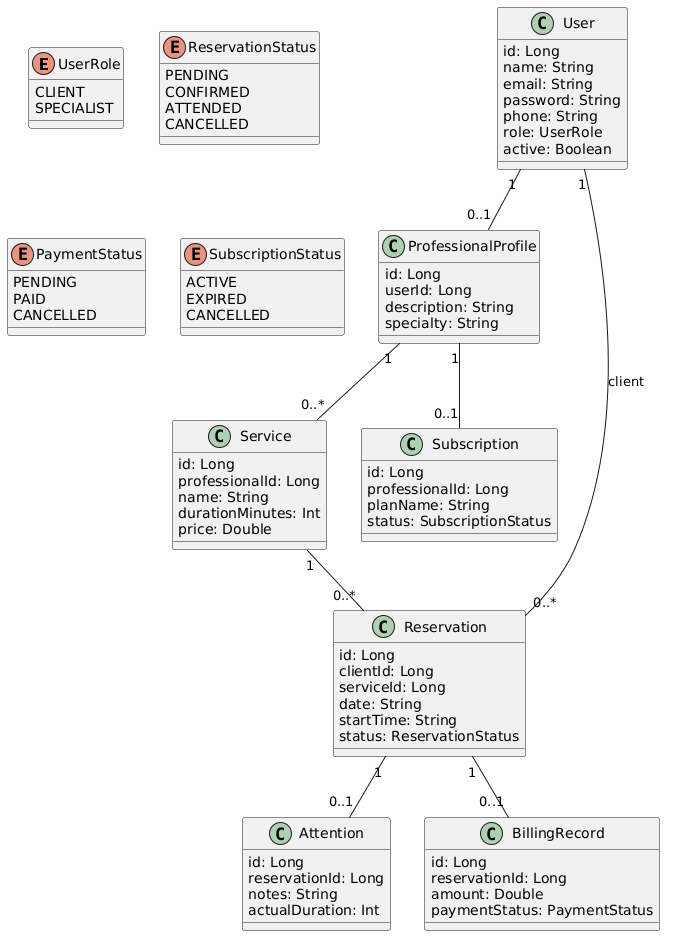
Earlier version of the PlantUML export Documentacion/4+1/VISTA LÓGICA (CLASES + JPA + DOMINIO REAL).png (ismaeljim/PointCheck). The source it was exported from:
```plantuml
@startuml
enum UserRole {
  CLIENT
  SPECIALIST
}

enum ReservationStatus {
  PENDING
  CONFIRMED
  ATTENDED
  CANCELLED
}

enum PaymentStatus {
  PENDING
  PAID
  CANCELLED
}

enum SubscriptionStatus {
  ACTIVE
  EXPIRED
  CANCELLED
}


class User {
  id: Long
  name: String
  email: String
  password: String
  phone: String
  role: UserRole
  active: Boolean
}

class ProfessionalProfile {
  id: Long
  userId: Long
  description: String
  specialty: String
}

class Service {
  id: Long
  professionalId: Long
  name: String
  durationMinutes: Int
  price: Double
}

class Reservation {
  id: Long
  clientId: Long
  serviceId: Long
  date: String
  startTime: String
  status: ReservationStatus
}

class Attention {
  id: Long
  reservationId: Long
  notes: String
  actualDuration: Int
}

class BillingRecord {
  id: Long
  reservationId: Long
  amount: Double
  paymentStatus: PaymentStatus
}

class Subscription {
  id: Long
  professionalId: Long
  planName: String
  status: SubscriptionStatus
}


User "1" -- "0..1" ProfessionalProfile
ProfessionalProfile "1" -- "0..*" Service
Service "1" -- "0..*" Reservation
User "1" -- "0..*" Reservation : client

Reservation "1" -- "0..1" Attention
Reservation "1" -- "0..1" BillingRecord

ProfessionalProfile "1" -- "0..1" Subscription
@enduml
```
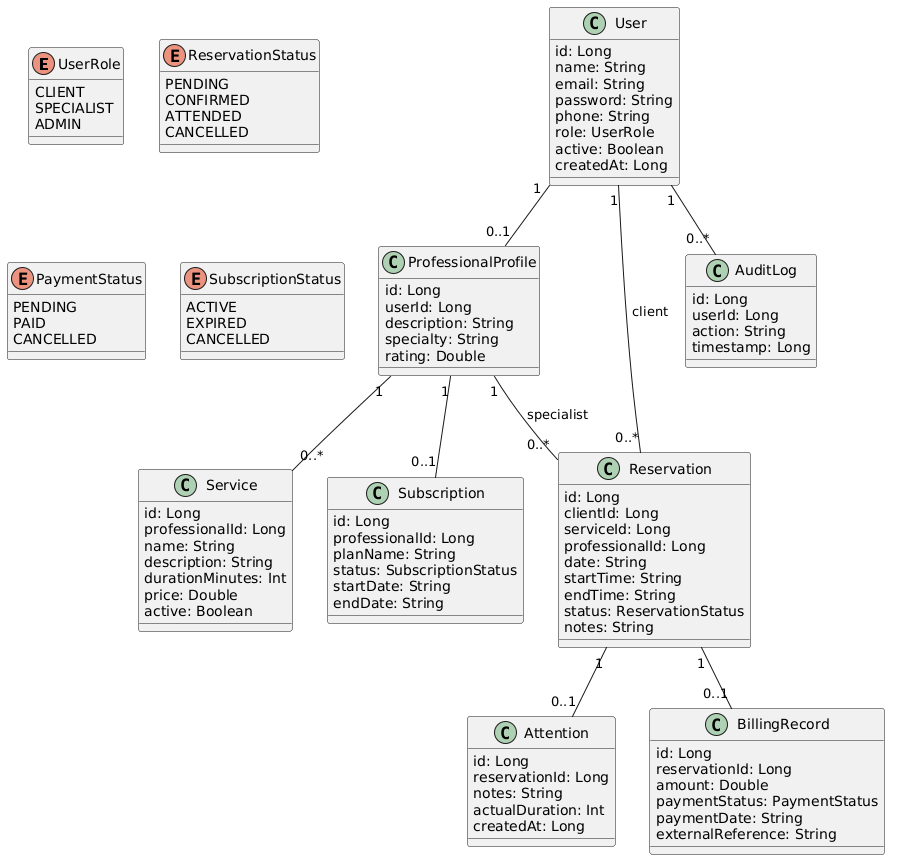
After the commit.

Commit message:
Se agregan documentos 4+1 actualizados con admin

Change to the diagram source:
```diff
@@ -1,7 +1,9 @@
 @startuml
+
 enum UserRole {
   CLIENT
   SPECIALIST
+  ADMIN
 }
 
 enum ReservationStatus {
@@ -32,6 +34,7 @@
   phone: String
   role: UserRole
   active: Boolean
+  createdAt: Long
 }
 
 class ProfessionalProfile {
@@ -39,23 +42,29 @@
   userId: Long
   description: String
   specialty: String
+  rating: Double
 }
 
 class Service {
   id: Long
   professionalId: Long
   name: String
+  description: String
   durationMinutes: Int
   price: Double
+  active: Boolean
 }
 
 class Reservation {
   id: Long
   clientId: Long
   serviceId: Long
+  professionalId: Long
   date: String
   startTime: String
+  endTime: String
   status: ReservationStatus
+  notes: String
 }
 
 class Attention {
@@ -63,6 +72,7 @@
   reservationId: Long
   notes: String
   actualDuration: Int
+  createdAt: Long
 }
 
 class BillingRecord {
@@ -70,6 +80,8 @@
   reservationId: Long
   amount: Double
   paymentStatus: PaymentStatus
+  paymentDate: String
+  externalReference: String
 }
 
 class Subscription {
@@ -77,16 +89,29 @@
   professionalId: Long
   planName: String
   status: SubscriptionStatus
+  startDate: String
+  endDate: String
+}
+
+class AuditLog {
+  id: Long
+  userId: Long
+  action: String
+  timestamp: Long
 }
 
 
 User "1" -- "0..1" ProfessionalProfile
+
 ProfessionalProfile "1" -- "0..*" Service
-Service "1" -- "0..*" Reservation
+
 User "1" -- "0..*" Reservation : client
+ProfessionalProfile "1" -- "0..*" Reservation : specialist
 
 Reservation "1" -- "0..1" Attention
 Reservation "1" -- "0..1" BillingRecord
 
 ProfessionalProfile "1" -- "0..1" Subscription
+
+User "1" -- "0..*" AuditLog
 @enduml
```
